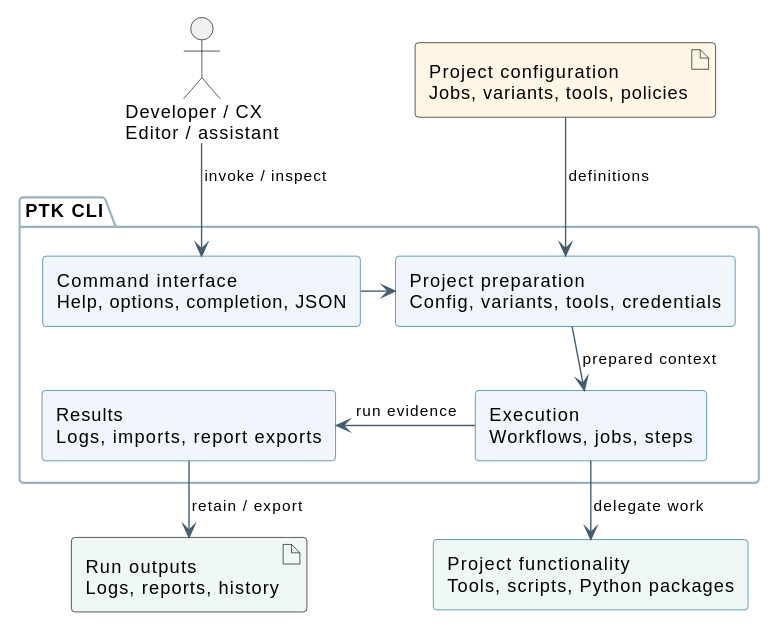
Before: docs/_static/diagrams/system-context.svg, a diagram exported from PlantUML (eadeva/dummy).
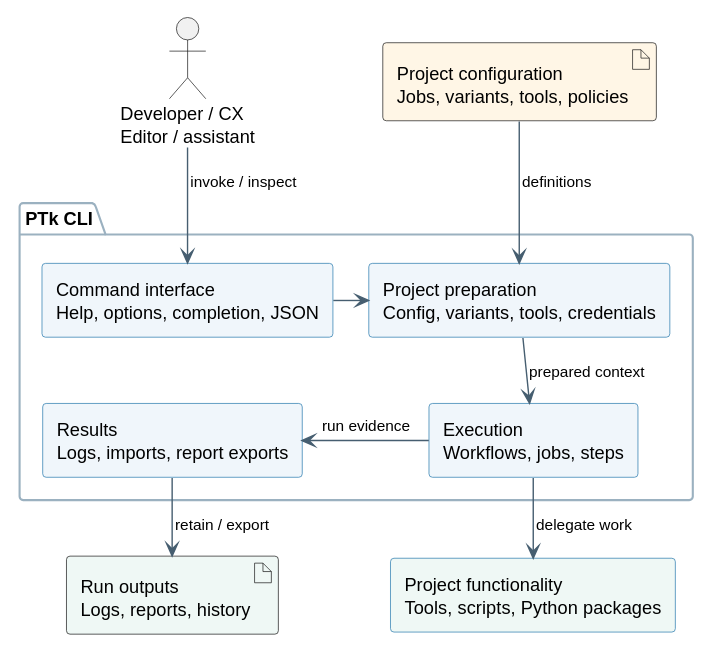
Above is the later version.

Change to the diagram source:
```diff
@@ -18,7 +18,7 @@
 top to bottom direction
 actor "Developer / CX\nEditor / assistant" as Client
 artifact "Project configuration\nJobs, variants, tools, policies" as Config #FFF6E6
-package "PTK CLI" {
+package "PTk CLI" {
   component "Command interface\nHelp, options, completion, JSON" as CLI
   component "Project preparation\nConfig, variants, tools, credentials" as Prepare
   component "Execution\nWorkflows, jobs, steps" as Execute
```
